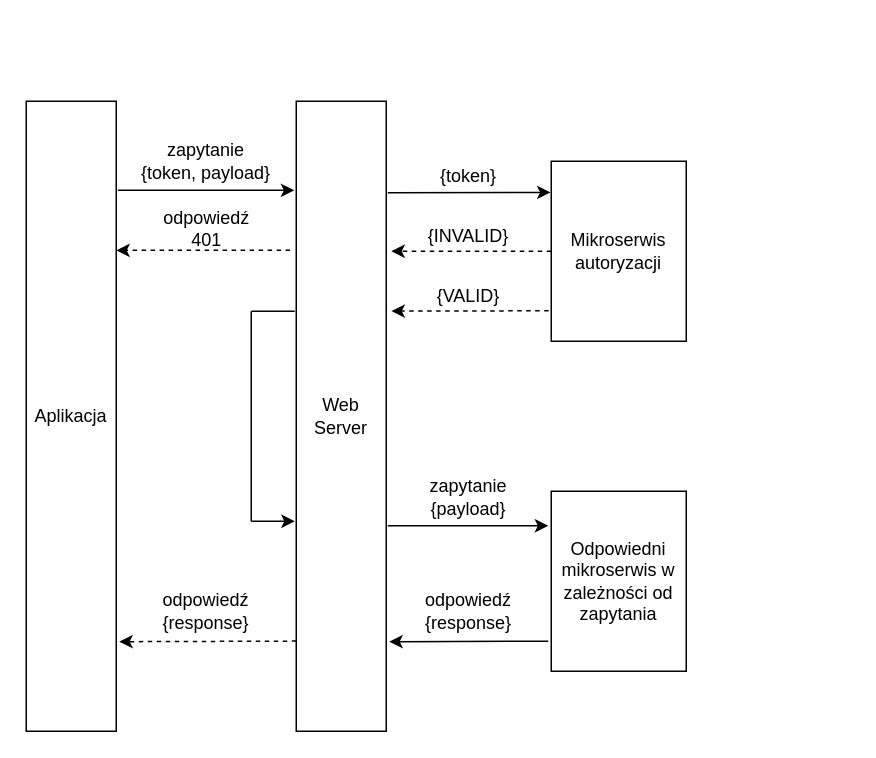
mwvabes/proseminarium-Wielgos-Lech-Plesniarski-Podkulski keeps this draw.io diagram as autoryzacja.drawio. Above is the earlier version. Source tidied: cells renumbered, new cells numbered last; positions are measured from the earlier drawing's top-left corner, leaving out a move shared by most shapes. Both pictures are drawn from the tidied source at 150%, with x=0, y=0 at pixel (26, 100).
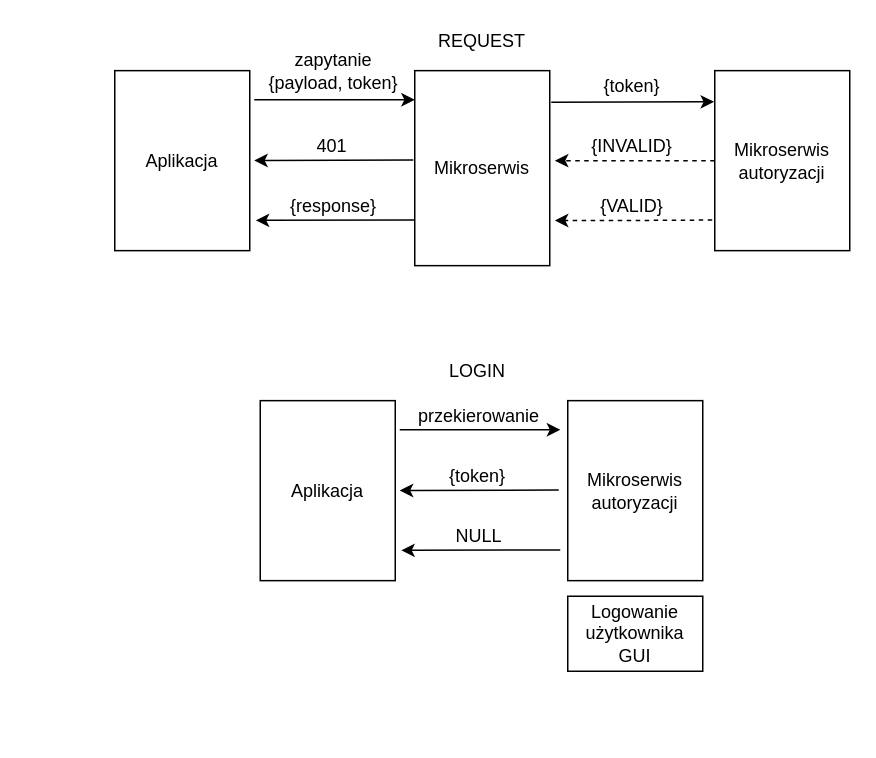
Above is the later version.

What changed in the source:
```diff
@@
-    <mxCell id="2" value="Aplikacja" style="rounded=0;whiteSpace=wrap;html=1;" parent="1" vertex="1">
-      <mxGeometry width="60" height="420" as="geometry" />
-    </mxCell>
-    <mxCell id="3" value="Web Server" style="rounded=0;whiteSpace=wrap;html=1;" parent="1" vertex="1">
-      <mxGeometry x="180" width="60" height="420" as="geometry" />
+    <mxCell id="3" value="Mikroserwis" style="rounded=0;whiteSpace=wrap;html=1;" parent="1" vertex="1">
+      <mxGeometry x="259" y="-20.4" width="90" height="130" as="geometry" />
     </mxCell>
-    <mxCell id="4" style="endArrow=classic;html=1;exitX=1.019;exitY=0.109;exitDx=0;exitDy=0;exitPerimeter=0;entryX=-0.022;entryY=0.109;entryDx=0;entryDy=0;entryPerimeter=0;" parent="1" edge="1">
-      <mxGeometry relative="1" as="geometry">
-        <mxPoint x="61.1" y="59.4" as="sourcePoint" />
-        <mxPoint x="178.7" y="59.4" as="targetPoint" />
-      </mxGeometry>
-    </mxCell>
-    <mxCell id="5" value="zapytanie&lt;br&gt;{token, payload}" style="text;html=1;strokeColor=none;fillColor=none;align=center;verticalAlign=middle;whiteSpace=wrap;rounded=0;" parent="1" vertex="1">
-      <mxGeometry x="60" y="30.4" width="120" height="20" as="geometry" />
-    </mxCell>
-    <mxCell id="6" style="endArrow=classic;html=1;exitX=0;exitY=0.933;exitDx=0;exitDy=0;exitPerimeter=0;entryX=1.033;entryY=0.934;entryDx=0;entryDy=0;entryPerimeter=0;dashed=1;" parent="1" edge="1">
-      <mxGeometry relative="1" as="geometry">
-        <mxPoint x="180" y="359.9" as="sourcePoint" />
-        <mxPoint x="62" y="360.3" as="targetPoint" />
-      </mxGeometry>
-    </mxCell>
-    <mxCell id="7" value="odpowiedź&lt;br&gt;{response}" style="text;html=1;strokeColor=none;fillColor=none;align=center;verticalAlign=middle;whiteSpace=wrap;rounded=0;" parent="1" vertex="1">
-      <mxGeometry x="60" y="330" width="120" height="20" as="geometry" />
-    </mxCell>
     <mxCell id="8" value="Mikroserwis autoryzacji" style="rounded=0;whiteSpace=wrap;html=1;" parent="1" vertex="1">
-      <mxGeometry x="350" y="40" width="90" height="120" as="geometry" />
+      <mxGeometry x="459" y="-20.4" width="90" height="120" as="geometry" />
     </mxCell>
     <mxCell id="9" style="endArrow=classic;html=1;entryX=-0.005;entryY=0.173;entryDx=0;entryDy=0;entryPerimeter=0;" parent="1" edge="1" target="8">
       <mxGeometry relative="1" as="geometry">
-        <mxPoint x="241" y="61" as="sourcePoint" />
+        <mxPoint x="350" y="0.6" as="sourcePoint" />
       </mxGeometry>
     </mxCell>
     <mxCell id="10" value="{token}" style="text;html=1;strokeColor=none;fillColor=none;align=center;verticalAlign=middle;whiteSpace=wrap;rounded=0;" parent="1" vertex="1">
-      <mxGeometry x="240" y="40" width="110" height="20" as="geometry" />
+      <mxGeometry x="349" y="-20.4" width="110" height="20" as="geometry" />
     </mxCell>
     <mxCell id="11" style="endArrow=classic;html=1;entryX=0.031;entryY=1;entryDx=0;entryDy=0;entryPerimeter=0;exitX=1;exitY=1;exitDx=0;exitDy=0;dashed=1;" parent="1" edge="1" source="12" target="12">
       <mxGeometry relative="1" as="geometry">
         <Array as="points">
-          <mxPoint x="295" y="100" />
+          <mxPoint x="404" y="39.6" />
         </Array>
       </mxGeometry>
     </mxCell>
     <mxCell id="12" value="{INVALID}" style="text;html=1;strokeColor=none;fillColor=none;align=center;verticalAlign=middle;whiteSpace=wrap;rounded=0;" parent="1" vertex="1">
-      <mxGeometry x="240" y="80" width="110" height="20" as="geometry" />
+      <mxGeometry x="349" y="19.6" width="110" height="20" as="geometry" />
     </mxCell>
-    <mxCell id="13" style="endArrow=classic;html=1;dashed=1;exitX=-0.036;exitY=0.301;exitDx=0;exitDy=0;exitPerimeter=0;entryX=1.033;entryY=0.301;entryDx=0;entryDy=0;entryPerimeter=0;" parent="1" edge="1">
-      <mxGeometry relative="1" as="geometry">
-        <mxPoint x="175.9" y="99.4" as="sourcePoint" />
-        <mxPoint x="60" y="99.4" as="targetPoint" />
-      </mxGeometry>
-    </mxCell>
-    <mxCell id="14" value="odpowiedź&lt;br&gt;401" style="text;html=1;align=center;verticalAlign=middle;" parent="1" vertex="1">
-      <mxGeometry x="85" y="70" width="70" height="30" as="geometry" />
-    </mxCell>
     <mxCell id="15" style="endArrow=classic;html=1;entryX=0.031;entryY=1;entryDx=0;entryDy=0;entryPerimeter=0;exitX=-0.019;exitY=0.597;exitDx=0;exitDy=0;exitPerimeter=0;dashed=1;" parent="1" edge="1" target="16">
       <mxGeometry relative="1" as="geometry">
-        <mxPoint x="348.3" y="139.6" as="sourcePoint" />
+        <mxPoint x="457.3" y="79.2" as="sourcePoint" />
         <Array as="points">
-          <mxPoint x="295" y="139.9" />
+          <mxPoint x="404" y="79.5" />
         </Array>
       </mxGeometry>
     </mxCell>
     <mxCell id="16" value="{VALID}" style="text;html=1;strokeColor=none;fillColor=none;align=center;verticalAlign=middle;whiteSpace=wrap;rounded=0;" parent="1" vertex="1">
-      <mxGeometry x="240" y="119.9" width="110" height="20" as="geometry" />
+      <mxGeometry x="349" y="59.5" width="110" height="20" as="geometry" />
     </mxCell>
-    <mxCell id="17" style="endArrow=classic;html=1;" parent="1" edge="1">
-      <mxGeometry relative="1" as="geometry">
-        <mxPoint x="150" y="280" as="sourcePoint" />
-        <mxPoint x="179" y="280" as="targetPoint" />
-      </mxGeometry>
-    </mxCell>
-    <mxCell id="18" style="endArrow=none;html=1;" parent="1" edge="1">
-      <mxGeometry relative="1" as="geometry">
-        <mxPoint x="150" y="280" as="sourcePoint" />
-        <mxPoint x="150" y="140" as="targetPoint" />
-      </mxGeometry>
-    </mxCell>
-    <mxCell id="19" style="endArrow=none;html=1;strokeWidth=1;" parent="1" edge="1">
-      <mxGeometry relative="1" as="geometry">
-        <mxPoint x="150" y="140" as="sourcePoint" />
-        <mxPoint x="179" y="140" as="targetPoint" />
-      </mxGeometry>
-    </mxCell>
     <mxCell id="20" style="endArrow=classic;html=1;strokeWidth=1;" parent="1" edge="1">
       <mxGeometry relative="1" as="geometry">
-        <mxPoint x="241" y="283" as="sourcePoint" />
-        <mxPoint x="348" y="283" as="targetPoint" />
+        <mxPoint x="152" y="-1" as="sourcePoint" />
+        <mxPoint x="259" y="-1" as="targetPoint" />
       </mxGeometry>
     </mxCell>
-    <mxCell id="21" value="zapytanie&lt;br&gt;{payload}" style="text;html=1;strokeColor=none;fillColor=none;align=center;verticalAlign=middle;whiteSpace=wrap;rounded=0;" parent="1" vertex="1">
-      <mxGeometry x="260" y="254" width="70" height="20" as="geometry" />
+    <mxCell id="21" value="zapytanie&lt;br&gt;{payload, token}" style="text;html=1;strokeColor=none;fillColor=none;align=center;verticalAlign=middle;whiteSpace=wrap;rounded=0;" parent="1" vertex="1">
+      <mxGeometry x="159" y="-30" width="92" height="20" as="geometry" />
     </mxCell>
-    <mxCell id="22" value="Odpowiedni mikroserwis w zależności od zapytania" style="rounded=0;whiteSpace=wrap;html=1;" parent="1" vertex="1">
-      <mxGeometry x="350" y="260" width="90" height="120" as="geometry" />
+    <mxCell id="22" value="Aplikacja&lt;br&gt;" style="rounded=0;whiteSpace=wrap;html=1;" parent="1" vertex="1">
+      <mxGeometry x="59" y="-20.4" width="90" height="120" as="geometry" />
     </mxCell>
     <mxCell id="23" style="endArrow=classic;html=1;entryX=1.033;entryY=0.934;entryDx=0;entryDy=0;entryPerimeter=0;" parent="1" edge="1">
       <mxGeometry relative="1" as="geometry">
-        <mxPoint x="348" y="360" as="sourcePoint" />
-        <mxPoint x="242" y="360.3" as="targetPoint" />
+        <mxPoint x="258" y="39.2" as="sourcePoint" />
+        <mxPoint x="152" y="39.5" as="targetPoint" />
       </mxGeometry>
     </mxCell>
-    <mxCell id="24" value="odpowiedź&lt;br&gt;{response}" style="text;html=1;strokeColor=none;fillColor=none;align=center;verticalAlign=middle;whiteSpace=wrap;rounded=0;" parent="1" vertex="1">
-      <mxGeometry x="240" y="330" width="110" height="20" as="geometry" />
+    <mxCell id="24" value="401" style="text;html=1;strokeColor=none;fillColor=none;align=center;verticalAlign=middle;whiteSpace=wrap;rounded=0;" parent="1" vertex="1">
+      <mxGeometry x="149" y="19.6" width="110" height="20" as="geometry" />
     </mxCell>
+    <mxCell id="25" style="endArrow=classic;html=1;entryX=1.033;entryY=0.934;entryDx=0;entryDy=0;entryPerimeter=0;" parent="1" edge="1">
+      <mxGeometry relative="1" as="geometry">
+        <mxPoint x="259" y="79.1" as="sourcePoint" />
+        <mxPoint x="153" y="79.4" as="targetPoint" />
+      </mxGeometry>
+    </mxCell>
+    <mxCell id="26" value="{response}" style="text;html=1;strokeColor=none;fillColor=none;align=center;verticalAlign=middle;whiteSpace=wrap;rounded=0;" parent="1" vertex="1">
+      <mxGeometry x="150" y="59.5" width="110" height="20" as="geometry" />
+    </mxCell>
+    <mxCell id="27" value="Mikroserwis autoryzacji" style="rounded=0;whiteSpace=wrap;html=1;" parent="1" vertex="1">
+      <mxGeometry x="361" y="199.6" width="90" height="120" as="geometry" />
+    </mxCell>
+    <mxCell id="28" style="endArrow=classic;html=1;strokeWidth=1;" parent="1" edge="1">
+      <mxGeometry relative="1" as="geometry">
+        <mxPoint x="249" y="219" as="sourcePoint" />
+        <mxPoint x="356" y="219" as="targetPoint" />
+      </mxGeometry>
+    </mxCell>
+    <mxCell id="29" value="przekierowanie" style="text;html=1;strokeColor=none;fillColor=none;align=center;verticalAlign=middle;whiteSpace=wrap;rounded=0;" parent="1" vertex="1">
+      <mxGeometry x="256" y="199.6" width="92" height="20" as="geometry" />
+    </mxCell>
+    <mxCell id="2" value="Aplikacja&lt;br&gt;" style="rounded=0;whiteSpace=wrap;html=1;" parent="1" vertex="1">
+      <mxGeometry x="156" y="199.6" width="90" height="120" as="geometry" />
+    </mxCell>
+    <mxCell id="30" style="endArrow=classic;html=1;entryX=1.033;entryY=0.934;entryDx=0;entryDy=0;entryPerimeter=0;" parent="1" edge="1">
+      <mxGeometry relative="1" as="geometry">
+        <mxPoint x="355" y="259.2" as="sourcePoint" />
+        <mxPoint x="249" y="259.5" as="targetPoint" />
+      </mxGeometry>
+    </mxCell>
+    <mxCell id="31" value="{token}" style="text;html=1;strokeColor=none;fillColor=none;align=center;verticalAlign=middle;whiteSpace=wrap;rounded=0;" parent="1" vertex="1">
+      <mxGeometry x="246" y="239.6" width="110" height="20" as="geometry" />
+    </mxCell>
+    <mxCell id="32" style="endArrow=classic;html=1;entryX=1.033;entryY=0.934;entryDx=0;entryDy=0;entryPerimeter=0;" parent="1" edge="1">
+      <mxGeometry relative="1" as="geometry">
+        <mxPoint x="356" y="299.1" as="sourcePoint" />
+        <mxPoint x="250" y="299.4" as="targetPoint" />
+      </mxGeometry>
+    </mxCell>
+    <mxCell id="33" value="REQUEST" style="text;html=1;strokeColor=none;fillColor=none;align=center;verticalAlign=middle;whiteSpace=wrap;rounded=0;" parent="1" vertex="1">
+      <mxGeometry x="284" y="-50" width="40" height="20" as="geometry" />
+    </mxCell>
+    <mxCell id="34" value="LOGIN" style="text;html=1;strokeColor=none;fillColor=none;align=center;verticalAlign=middle;whiteSpace=wrap;rounded=0;" parent="1" vertex="1">
+      <mxGeometry x="281" y="170" width="40" height="20" as="geometry" />
+    </mxCell>
+    <mxCell id="35" value="NULL" style="text;html=1;strokeColor=none;fillColor=none;align=center;verticalAlign=middle;whiteSpace=wrap;rounded=0;" parent="1" vertex="1">
+      <mxGeometry x="247" y="280" width="110" height="20" as="geometry" />
+    </mxCell>
+    <mxCell id="36" value="Logowanie użytkownika&lt;br&gt;GUI" style="rounded=0;whiteSpace=wrap;html=1;" parent="1" vertex="1">
+      <mxGeometry x="361" y="330" width="90" height="50" as="geometry" />
+    </mxCell>
```
